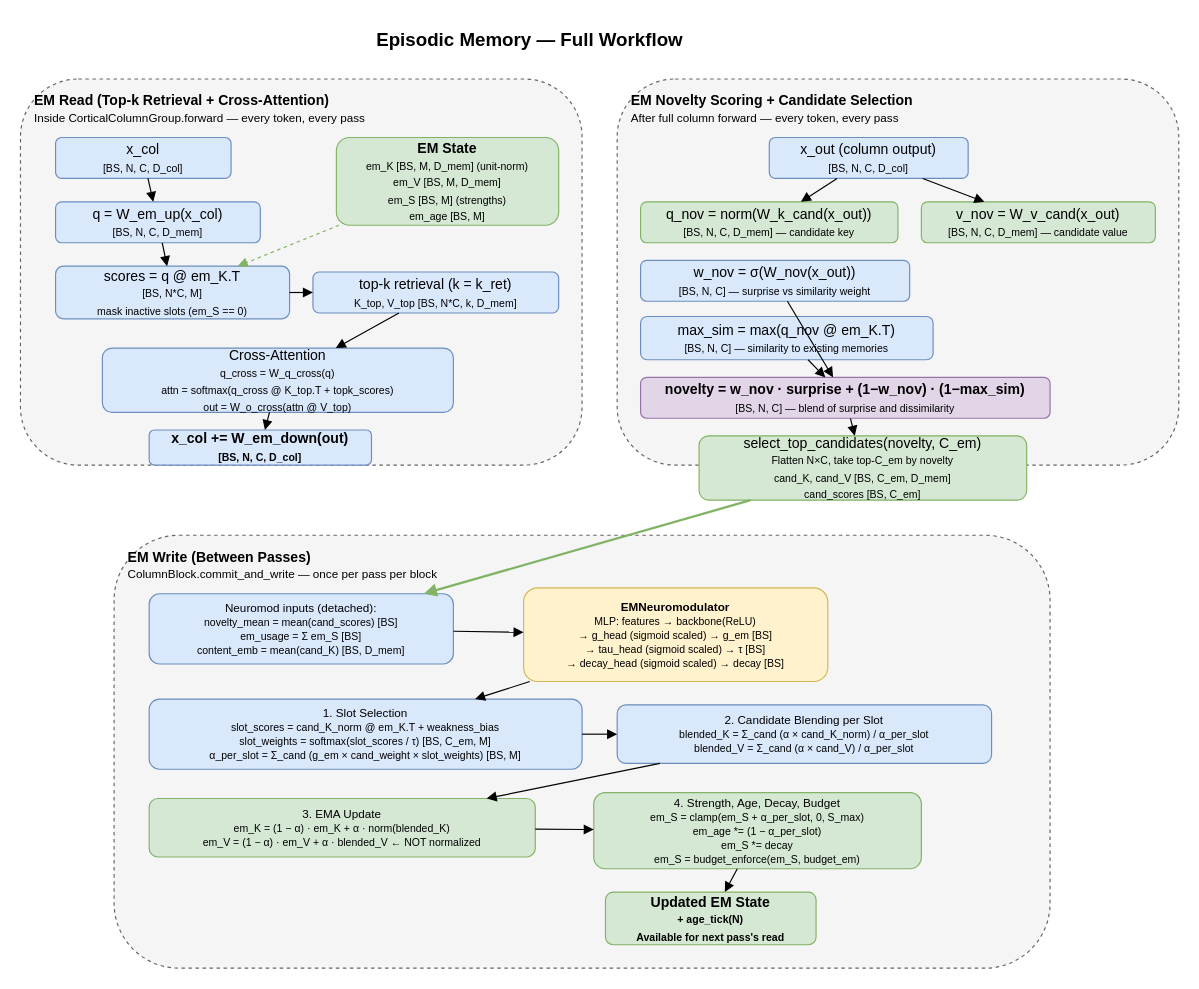
Above: docs/diagrams/em_workflow.drawio in alxdofficial/neuromorphic (draw.io), before the change. Source tidied: cells renumbered, new cells numbered last; positions are measured from the earlier drawing's top-left corner, leaving out a move shared by most shapes. Both pictures are drawn from the tidied source at 117%, with x=0, y=0 at pixel (20, 20).
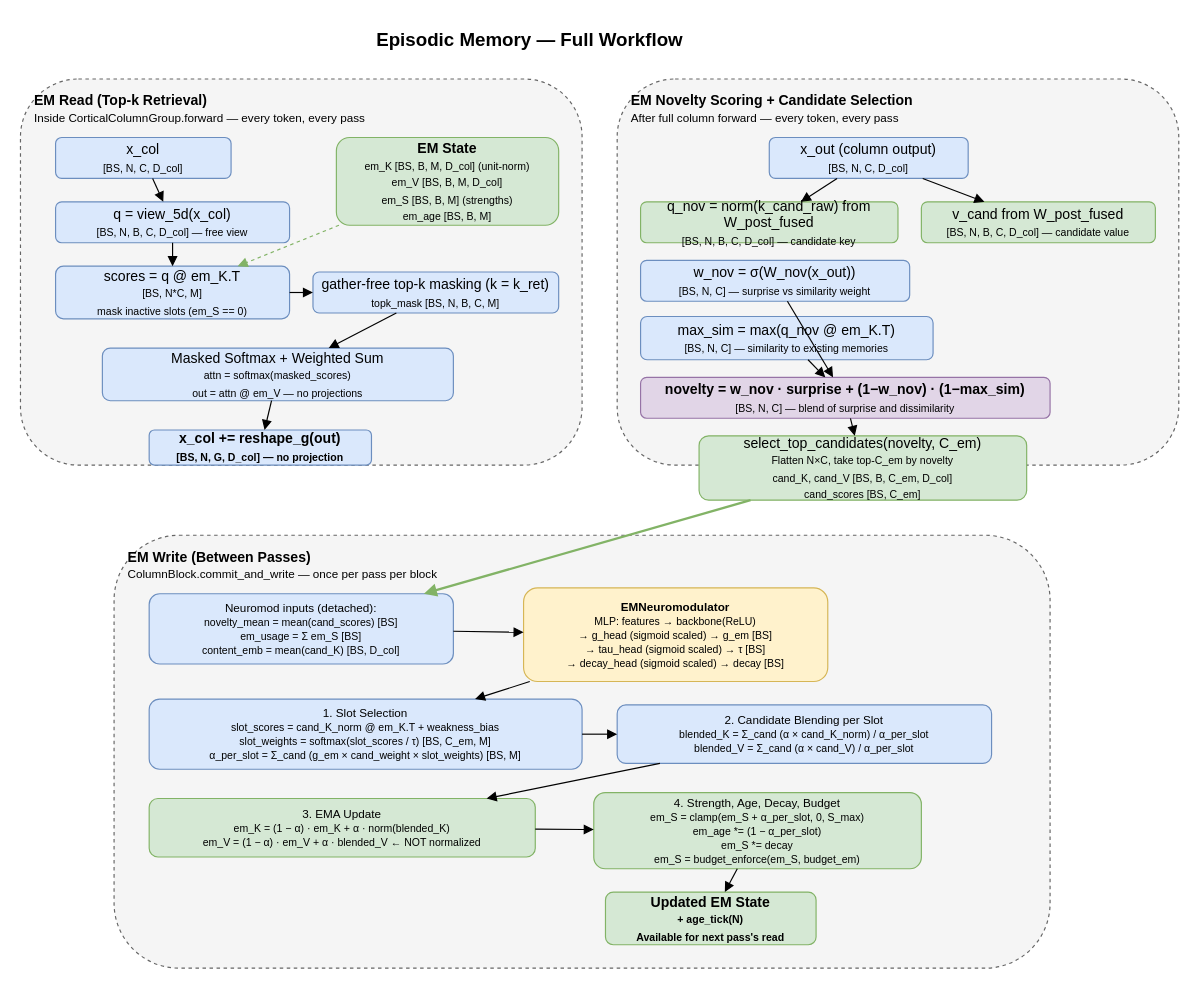
After the change.

Diff of the diagram source:
```diff
@@
-    <mxCell id="4" value="&lt;b&gt;EM Read (Top-k Retrieval + Cross-Attention)&lt;/b&gt;&lt;br&gt;&lt;font style=&quot;font-size:10px&quot;&gt;Inside CorticalColumnGroup.forward — every token, every pass&lt;/font&gt;" style="text;html=1;align=left;fontSize=12;" parent="1" vertex="1">
+    <mxCell id="4" value="&lt;b&gt;EM Read (Top-k Retrieval)&lt;/b&gt;&lt;br&gt;&lt;font style=&quot;font-size:10px&quot;&gt;Inside CorticalColumnGroup.forward — every token, every pass&lt;/font&gt;" style="text;html=1;align=left;fontSize=12;" parent="1" vertex="1">
       <mxGeometry x="10" y="55" width="450" height="35" as="geometry" />
     </mxCell>
@@
-    <mxCell id="6" value="q = W_em_up(x_col)&lt;br&gt;&lt;font style=&quot;font-size:9px&quot;&gt;[BS, N, C, D_mem]&lt;/font&gt;" style="rounded=1;whiteSpace=wrap;html=1;fillColor=#dae8fc;strokeColor=#6c8ebf;" parent="1" vertex="1">
-      <mxGeometry x="30" y="155" width="175" height="35" as="geometry" />
+    <mxCell id="6" value="q = view_5d(x_col)&lt;br&gt;&lt;font style=&quot;font-size:9px&quot;&gt;[BS, N, B, C, D_col] — free view&lt;/font&gt;" style="rounded=1;whiteSpace=wrap;html=1;fillColor=#dae8fc;strokeColor=#6c8ebf;" parent="1" vertex="1">
+      <mxGeometry x="30" y="155" width="200" height="35" as="geometry" />
     </mxCell>
@@
-    <mxCell id="8" value="&lt;b&gt;EM State&lt;/b&gt;&lt;br&gt;&lt;font style=&quot;font-size:9px&quot;&gt;em_K [BS, M, D_mem] (unit-norm)&lt;br&gt;em_V [BS, M, D_mem]&lt;br&gt;em_S [BS, M] (strengths)&lt;br&gt;em_age [BS, M]&lt;/font&gt;" style="rounded=1;whiteSpace=wrap;html=1;fillColor=#d5e8d4;strokeColor=#82b366;" parent="1" vertex="1">
+    <mxCell id="8" value="&lt;b&gt;EM State&lt;/b&gt;&lt;br&gt;&lt;font style=&quot;font-size:9px&quot;&gt;em_K [BS, B, M, D_col] (unit-norm)&lt;br&gt;em_V [BS, B, M, D_col]&lt;br&gt;em_S [BS, B, M] (strengths)&lt;br&gt;em_age [BS, B, M]&lt;/font&gt;" style="rounded=1;whiteSpace=wrap;html=1;fillColor=#d5e8d4;strokeColor=#82b366;" parent="1" vertex="1">
       <mxGeometry x="270" y="100" width="190" height="75" as="geometry" />
     </mxCell>
@@
-    <mxCell id="12" value="top-k retrieval (k = k_ret)&lt;br&gt;&lt;font style=&quot;font-size:9px&quot;&gt;K_top, V_top [BS, N*C, k, D_mem]&lt;/font&gt;" style="rounded=1;whiteSpace=wrap;html=1;fillColor=#dae8fc;strokeColor=#6c8ebf;" parent="1" vertex="1">
+    <mxCell id="12" value="gather-free top-k masking (k = k_ret)&lt;br&gt;&lt;font style=&quot;font-size:9px&quot;&gt;topk_mask [BS, N, B, C, M]&lt;/font&gt;" style="rounded=1;whiteSpace=wrap;html=1;fillColor=#dae8fc;strokeColor=#6c8ebf;" parent="1" vertex="1">
       <mxGeometry x="250" y="215" width="210" height="35" as="geometry" />
     </mxCell>
@@
-    <mxCell id="14" value="Cross-Attention&lt;br&gt;&lt;font style=&quot;font-size:9px&quot;&gt;q_cross = W_q_cross(q)&lt;br&gt;attn = softmax(q_cross @ K_top.T + topk_scores)&lt;br&gt;out = W_o_cross(attn @ V_top)&lt;/font&gt;" style="rounded=1;whiteSpace=wrap;html=1;fillColor=#dae8fc;strokeColor=#6c8ebf;" parent="1" vertex="1">
-      <mxGeometry x="70" y="280" width="300" height="55" as="geometry" />
+    <mxCell id="14" value="Masked Softmax + Weighted Sum&lt;br&gt;&lt;font style=&quot;font-size:9px&quot;&gt;attn = softmax(masked_scores)&lt;br&gt;out = attn @ em_V — no projections&lt;/font&gt;" style="rounded=1;whiteSpace=wrap;html=1;fillColor=#dae8fc;strokeColor=#6c8ebf;" parent="1" vertex="1">
+      <mxGeometry x="70" y="280" width="300" height="45" as="geometry" />
     </mxCell>
@@
-    <mxCell id="16" value="x_col += W_em_down(out)&lt;br&gt;&lt;font style=&quot;font-size:9px&quot;&gt;[BS, N, C, D_col]&lt;/font&gt;" style="rounded=1;whiteSpace=wrap;html=1;fillColor=#dae8fc;strokeColor=#6c8ebf;fontStyle=1;" parent="1" vertex="1">
+    <mxCell id="16" value="x_col += reshape_g(out)&lt;br&gt;&lt;font style=&quot;font-size:9px&quot;&gt;[BS, N, G, D_col] — no projection&lt;/font&gt;" style="rounded=1;whiteSpace=wrap;html=1;fillColor=#dae8fc;strokeColor=#6c8ebf;fontStyle=1;" parent="1" vertex="1">
       <mxGeometry x="110" y="350" width="190" height="30" as="geometry" />
     </mxCell>
@@
-    <mxCell id="21" value="q_nov = norm(W_k_cand(x_out))&lt;br&gt;&lt;font style=&quot;font-size:9px&quot;&gt;[BS, N, C, D_mem] — candidate key&lt;/font&gt;" style="rounded=1;whiteSpace=wrap;html=1;fillColor=#d5e8d4;strokeColor=#82b366;" parent="1" vertex="1">
+    <mxCell id="21" value="q_nov = norm(k_cand_raw) from W_post_fused&lt;br&gt;&lt;font style=&quot;font-size:9px&quot;&gt;[BS, N, B, C, D_col] — candidate key&lt;/font&gt;" style="rounded=1;whiteSpace=wrap;html=1;fillColor=#d5e8d4;strokeColor=#82b366;" parent="1" vertex="1">
       <mxGeometry x="530" y="155" width="220" height="35" as="geometry" />
     </mxCell>
-    <mxCell id="22" value="v_nov = W_v_cand(x_out)&lt;br&gt;&lt;font style=&quot;font-size:9px&quot;&gt;[BS, N, C, D_mem] — candidate value&lt;/font&gt;" style="rounded=1;whiteSpace=wrap;html=1;fillColor=#d5e8d4;strokeColor=#82b366;" parent="1" vertex="1">
+    <mxCell id="22" value="v_cand from W_post_fused&lt;br&gt;&lt;font style=&quot;font-size:9px&quot;&gt;[BS, N, B, C, D_col] — candidate value&lt;/font&gt;" style="rounded=1;whiteSpace=wrap;html=1;fillColor=#d5e8d4;strokeColor=#82b366;" parent="1" vertex="1">
       <mxGeometry x="770" y="155" width="200" height="35" as="geometry" />
     </mxCell>
@@
-    <mxCell id="30" value="select_top_candidates(novelty, C_em)&lt;br&gt;&lt;font style=&quot;font-size:9px&quot;&gt;Flatten N×C, take top-C_em by novelty&lt;br&gt;cand_K, cand_V [BS, C_em, D_mem]&lt;br&gt;cand_scores [BS, C_em]&lt;/font&gt;" style="rounded=1;whiteSpace=wrap;html=1;fillColor=#d5e8d4;strokeColor=#82b366;" parent="1" vertex="1">
+    <mxCell id="30" value="select_top_candidates(novelty, C_em)&lt;br&gt;&lt;font style=&quot;font-size:9px&quot;&gt;Flatten N×C, take top-C_em by novelty&lt;br&gt;cand_K, cand_V [BS, B, C_em, D_col]&lt;br&gt;cand_scores [BS, C_em]&lt;/font&gt;" style="rounded=1;whiteSpace=wrap;html=1;fillColor=#d5e8d4;strokeColor=#82b366;" parent="1" vertex="1">
       <mxGeometry x="580" y="355" width="280" height="55" as="geometry" />
     </mxCell>
@@
-    <mxCell id="34" value="Neuromod inputs (detached):&lt;br&gt;&lt;font style=&quot;font-size:9px&quot;&gt;novelty_mean = mean(cand_scores) [BS]&lt;br&gt;em_usage = Σ em_S [BS]&lt;br&gt;content_emb = mean(cand_K) [BS, D_mem]&lt;/font&gt;" style="rounded=1;whiteSpace=wrap;html=1;fillColor=#dae8fc;strokeColor=#6c8ebf;fontSize=10;" parent="1" vertex="1">
+    <mxCell id="34" value="Neuromod inputs (detached):&lt;br&gt;&lt;font style=&quot;font-size:9px&quot;&gt;novelty_mean = mean(cand_scores) [BS]&lt;br&gt;em_usage = Σ em_S [BS]&lt;br&gt;content_emb = mean(cand_K) [BS, D_col]&lt;/font&gt;" style="rounded=1;whiteSpace=wrap;html=1;fillColor=#dae8fc;strokeColor=#6c8ebf;fontSize=10;" parent="1" vertex="1">
       <mxGeometry x="110" y="490" width="260" height="60" as="geometry" />
     </mxCell>
```
